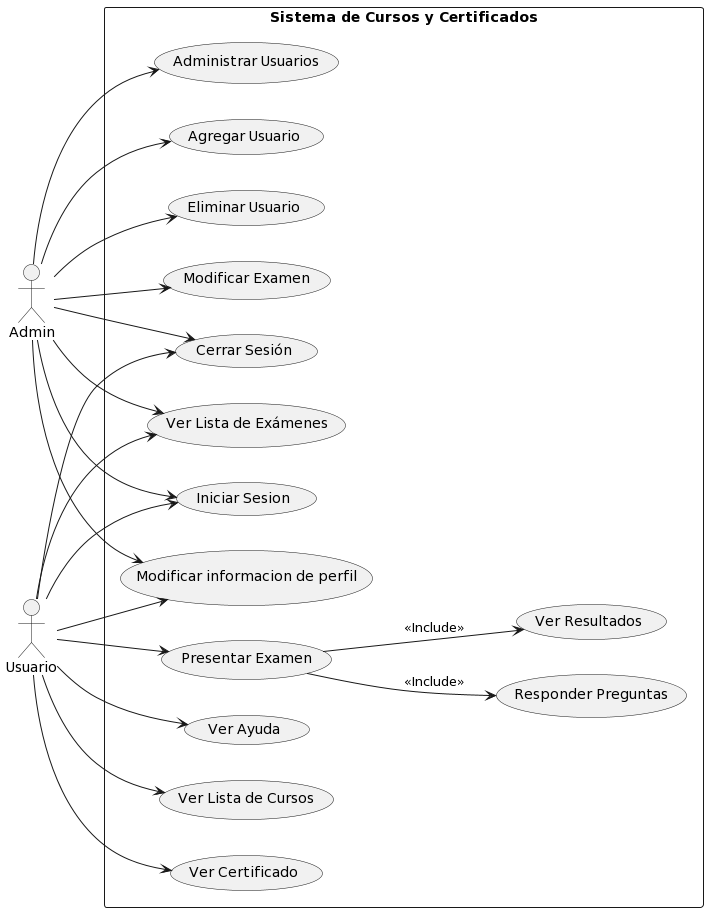
This is docs/scenariosView/DiagramaCasosDeUsos/DiagramaCasosDeUsos.png from Carverz/IS-022023_Proyecto-Grupo-4, a PlantUML export, as it was before one commit.
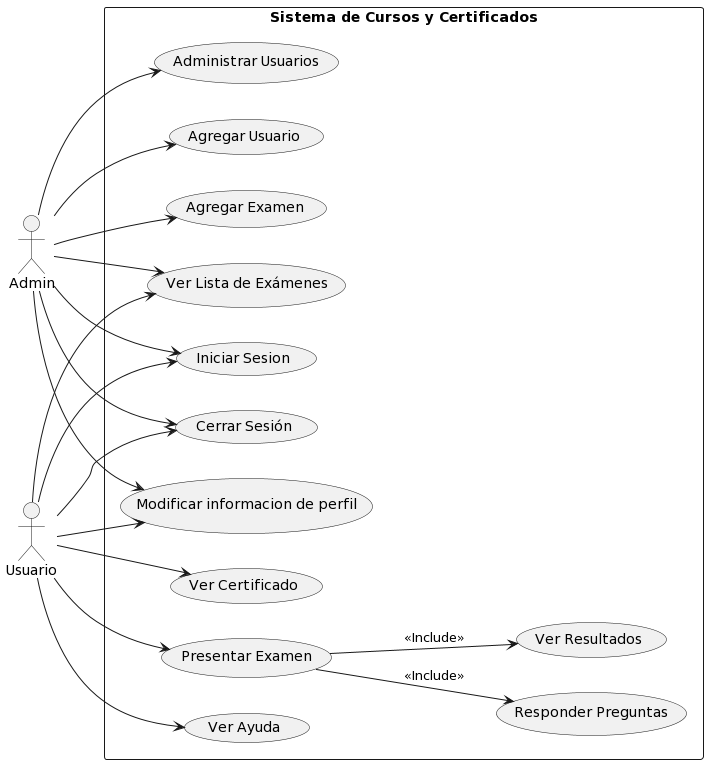
The same diagram one commit later.

Commit message:
Cambio DiagramaCasosDeUsos

What changed in the source:
```diff
@@ -10,23 +10,17 @@
   A --> (Cerrar Sesión)
   A --> (Administrar Usuarios)
   A --> (Agregar Usuario)
-  A --> (Eliminar Usuario)
   A --> (Ver Lista de Exámenes)
-  A --> (Modificar Examen)
+  A --> (Agregar Examen)
   A --> (Modificar informacion de perfil)
   U1 --> (Iniciar Sesion)
   U1 --> (Cerrar Sesión)
   U1 --> (Ver Ayuda)
-  U1 --> (Ver Lista de Cursos)
   U1 --> (Ver Lista de Exámenes)
   U1 --> (Ver Certificado)
   U1 --> (Presentar Examen)
   (Presentar Examen)  --> (Responder Preguntas): <<Include>>
   (Presentar Examen) --> (Ver Resultados): <<Include>>
   U1--> (Modificar informacion de perfil)
-
-
-
-
 }
 @enduml
```
